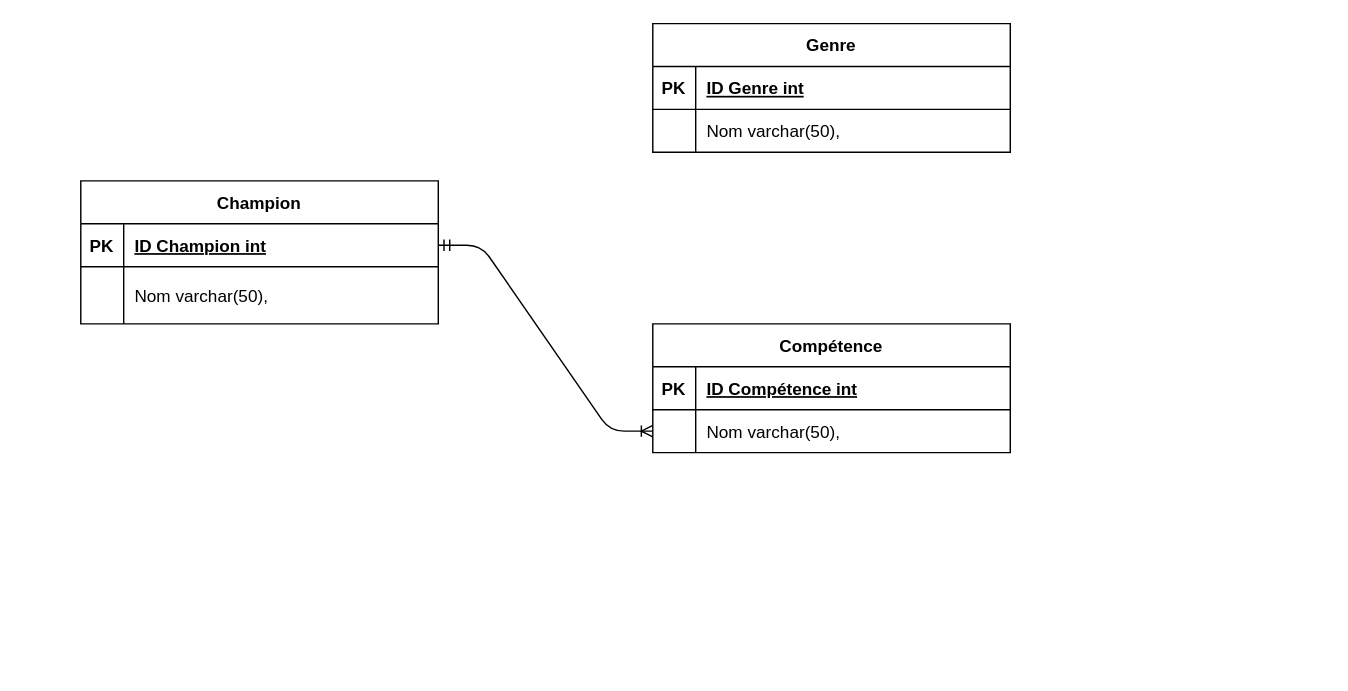
Before: Diagramme sans nom.drawio in CamilleSimon/BTS2-CIEL-IR-MCD-2024-2025, a draw.io diagram. Source tidied: cells renumbered, new cells numbered last; positions are measured from the earlier drawing's top-left corner, leaving out a move shared by most shapes. Both pictures are drawn from the tidied source at 143%, with x=0, y=0 at pixel (80, 23).
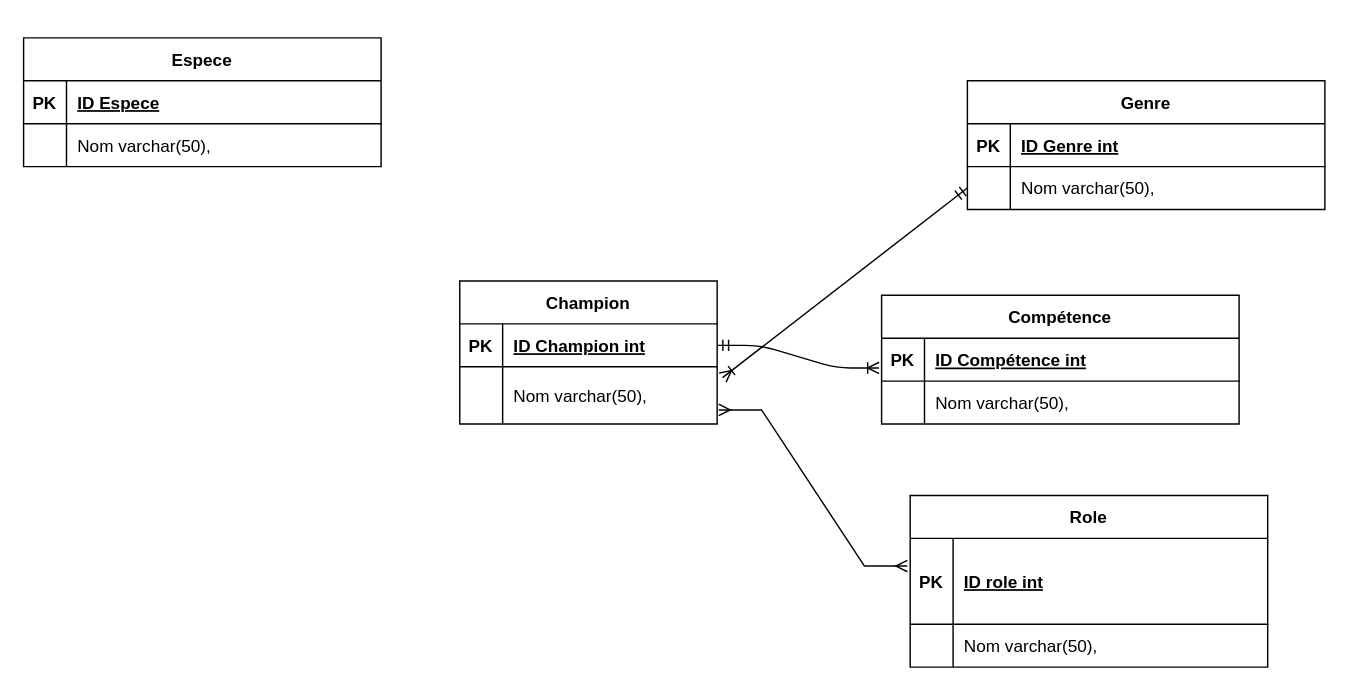
The same diagram, later.

Commit message (it also covers changes not shown here):
Mettre à jour Diagramme sans nom.drawio

The change refers to these unchanged cells:
```xml
<mxCell id="4" style="shape=partialRectangle;fillColor=none;points=[[0,0.5],[1,0.5]];portConstraint=eastwest;top=0;left=0;right=0;bottom=1;" parent="3" vertex="1">
  <mxGeometry y="30" width="250" height="30" as="geometry" />
</mxCell>
<mxCell id="7" style="shape=partialRectangle;fillColor=none;points=[[0,0.5],[1,0.5]];portConstraint=eastwest;top=0;left=0;right=0;bottom=0;" parent="3" vertex="1">
  <mxGeometry y="60" width="250" height="30" as="geometry" />
</mxCell>
<mxCell id="21" style="shape=partialRectangle;fillColor=none;points=[[0,0.5],[1,0.5]];portConstraint=eastwest;top=0;left=0;right=0;bottom=0;" parent="17" vertex="1">
  <mxGeometry y="60" width="250" height="30" as="geometry" />
</mxCell>
```

The edit, as a diff of the source:
```diff
@@
-    <mxCell id="2" style="edgeStyle=entityRelationEdgeStyle;endArrow=ERoneToMany;startArrow=ERmandOne;endFill=0;startFill=0;" parent="1" edge="1" source="11" target="7">
+    <mxCell id="2" style="edgeStyle=entityRelationEdgeStyle;endArrow=ERoneToMany;startArrow=ERmandOne;endFill=0;startFill=0;exitX=1;exitY=0.5;exitDx=0;exitDy=0;entryX=-0.007;entryY=0.694;entryDx=0;entryDy=0;entryPerimeter=0;" parent="1" edge="1" source="11" target="4">
       <mxGeometry relative="1" as="geometry" />
     </mxCell>
     <mxCell id="3" value="Compétence" style="shape=table;startSize=30;childLayout=tableLayout;rowLines=0;fontStyle=1;align=center;" parent="1" vertex="1">
-      <mxGeometry x="400" y="210" width="250" height="90" as="geometry" />
+      <mxGeometry x="560" y="190" width="250" height="90" as="geometry" />
     </mxCell>
@@
     <mxCell id="10" value="Champion" style="shape=table;startSize=30;childLayout=tableLayout;rowLines=0;fontStyle=1;align=center;" parent="1" vertex="1">
-      <mxGeometry y="110" width="250" height="100" as="geometry" />
+      <mxGeometry x="265" y="180" width="180" height="100" as="geometry" />
     </mxCell>
     <mxCell id="11" style="shape=partialRectangle;fillColor=none;points=[[0,0.5],[1,0.5]];portConstraint=eastwest;top=0;left=0;right=0;bottom=1;" parent="10" vertex="1">
-      <mxGeometry y="30" width="250" height="30" as="geometry" />
+      <mxGeometry y="30" width="180" height="30" as="geometry" />
     </mxCell>
@@
     <mxCell id="13" value="ID Champion int" style="shape=partialRectangle;overflow=hidden;fillColor=none;top=0;left=0;bottom=0;right=0;align=left;spacingLeft=6;fontStyle=5;" parent="11" vertex="1">
-      <mxGeometry x="30" width="220" height="30" as="geometry" />
+      <mxGeometry x="30" width="150" height="30" as="geometry" />
     </mxCell>
     <mxCell id="14" style="shape=partialRectangle;fillColor=none;points=[[0,0.5],[1,0.5]];portConstraint=eastwest;top=0;left=0;right=0;bottom=0;" parent="10" vertex="1">
-      <mxGeometry y="60" width="250" height="40" as="geometry" />
+      <mxGeometry y="60" width="180" height="40" as="geometry" />
     </mxCell>
@@
     <mxCell id="16" value="Nom varchar(50)," style="shape=partialRectangle;overflow=hidden;fillColor=none;top=0;left=0;bottom=0;right=0;align=left;spacingLeft=6;" parent="14" vertex="1">
-      <mxGeometry x="30" width="220" height="40" as="geometry" />
+      <mxGeometry x="30" width="150" height="40" as="geometry" />
     </mxCell>
     <mxCell id="17" value="Genre" style="shape=table;startSize=30;childLayout=tableLayout;rowLines=0;fontStyle=1;align=center;" parent="1" vertex="1">
-      <mxGeometry x="400" width="250" height="90" as="geometry" />
+      <mxGeometry x="620" y="40" width="250" height="90" as="geometry" />
     </mxCell>
@@
+    <mxCell id="24" value="Role" style="shape=table;startSize=30;childLayout=tableLayout;rowLines=0;fontStyle=1;align=center;" parent="1" vertex="1">
+      <mxGeometry x="580" y="330" width="250" height="120" as="geometry" />
+    </mxCell>
+    <mxCell id="25" style="shape=partialRectangle;fillColor=none;points=[[0,0.5],[1,0.5]];portConstraint=eastwest;top=0;left=0;right=0;bottom=1;" parent="24" vertex="1">
+      <mxGeometry y="30" width="250" height="60" as="geometry" />
+    </mxCell>
+    <mxCell id="26" value="PK" style="shape=partialRectangle;overflow=hidden;fillColor=none;top=0;left=0;bottom=0;right=0;fontStyle=1;" parent="25" vertex="1">
+      <mxGeometry width="30" height="60" as="geometry" />
+    </mxCell>
+    <mxCell id="27" value="ID role int" style="shape=partialRectangle;overflow=hidden;fillColor=none;top=0;left=0;bottom=0;right=0;align=left;spacingLeft=6;fontStyle=5;" parent="25" vertex="1">
+      <mxGeometry x="30" width="220" height="60" as="geometry" />
+    </mxCell>
+    <mxCell id="28" style="shape=partialRectangle;fillColor=none;top=0;left=0;right=0;bottom=0;" parent="24" vertex="1">
+      <mxGeometry y="90" width="250" height="30" as="geometry" />
+    </mxCell>
+    <mxCell id="29" style="shape=partialRectangle;overflow=hidden;fillColor=none;top=0;left=0;bottom=0;right=0;" parent="28" vertex="1">
+      <mxGeometry width="30" height="30" as="geometry" />
+    </mxCell>
+    <mxCell id="30" value="Nom varchar(50)," style="shape=partialRectangle;overflow=hidden;fillColor=none;top=0;left=0;bottom=0;right=0;align=left;spacingLeft=6;" parent="28" vertex="1">
+      <mxGeometry x="30" width="220" height="30" as="geometry" />
+    </mxCell>
+    <mxCell id="31" style="fontSize=12;html=1;endArrow=ERoneToMany;startArrow=ERmandOne;rounded=0;exitX=0;exitY=0.5;exitDx=0;exitDy=0;entryX=1.021;entryY=0.189;entryDx=0;entryDy=0;entryPerimeter=0;" parent="1" edge="1" source="21" target="14">
+      <mxGeometry relative="1" as="geometry" />
+    </mxCell>
+    <mxCell id="32" style="edgeStyle=entityRelationEdgeStyle;fontSize=12;html=1;endArrow=ERmany;startArrow=ERmany;rounded=0;exitX=1.006;exitY=0.754;exitDx=0;exitDy=0;exitPerimeter=0;entryX=-0.008;entryY=0.322;entryDx=0;entryDy=0;entryPerimeter=0;" parent="1" edge="1" source="14" target="25">
+      <mxGeometry relative="1" as="geometry" />
+    </mxCell>
+    <mxCell id="33" value="Espece" style="shape=table;startSize=30;childLayout=tableLayout;rowLines=0;fontStyle=1;align=center;" parent="1" vertex="1">
+      <mxGeometry x="-40" y="10" width="250" height="90" as="geometry" />
+    </mxCell>
+    <mxCell id="34" style="shape=partialRectangle;fillColor=none;top=0;left=0;right=0;bottom=1;" parent="33" vertex="1">
+      <mxGeometry y="30" width="250" height="30" as="geometry" />
+    </mxCell>
+    <mxCell id="35" value="PK" style="shape=partialRectangle;overflow=hidden;fillColor=none;top=0;left=0;bottom=0;right=0;fontStyle=1;" parent="34" vertex="1">
+      <mxGeometry width="30" height="30" as="geometry" />
+    </mxCell>
+    <mxCell id="36" value="ID Espece" style="shape=partialRectangle;overflow=hidden;fillColor=none;top=0;left=0;bottom=0;right=0;align=left;spacingLeft=6;fontStyle=5;" parent="34" vertex="1">
+      <mxGeometry x="30" width="220" height="30" as="geometry" />
+    </mxCell>
+    <mxCell id="37" style="shape=partialRectangle;fillColor=none;top=0;left=0;right=0;bottom=0;" parent="33" vertex="1">
+      <mxGeometry y="60" width="250" height="30" as="geometry" />
+    </mxCell>
+    <mxCell id="38" style="shape=partialRectangle;overflow=hidden;fillColor=none;top=0;left=0;bottom=0;right=0;" parent="37" vertex="1">
+      <mxGeometry width="30" height="30" as="geometry" />
+    </mxCell>
+    <mxCell id="39" value="Nom varchar(50)," style="shape=partialRectangle;overflow=hidden;fillColor=none;top=0;left=0;bottom=0;right=0;align=left;spacingLeft=6;" parent="37" vertex="1">
+      <mxGeometry x="30" width="220" height="30" as="geometry" />
+    </mxCell>
```
